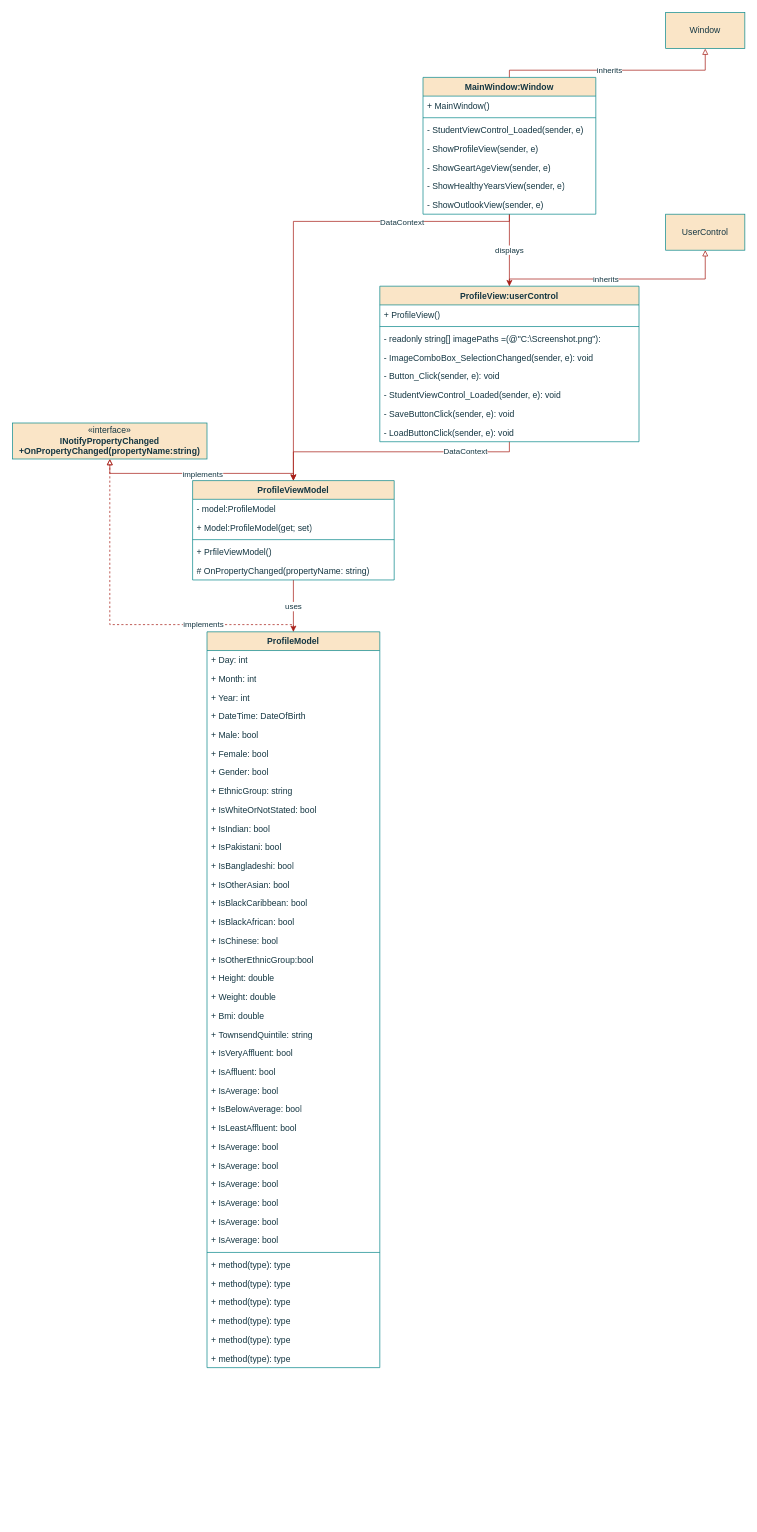
Before: Klassendiagramm.drawio in PythonPokemon/Draw.io, a draw.io diagram. Source tidied: cells renumbered, new cells numbered last; positions are measured from the earlier drawing's top-left corner, leaving out a move shared by most shapes. Both pictures are drawn from the tidied source at 72%, with x=0, y=0 at pixel (12, 12).
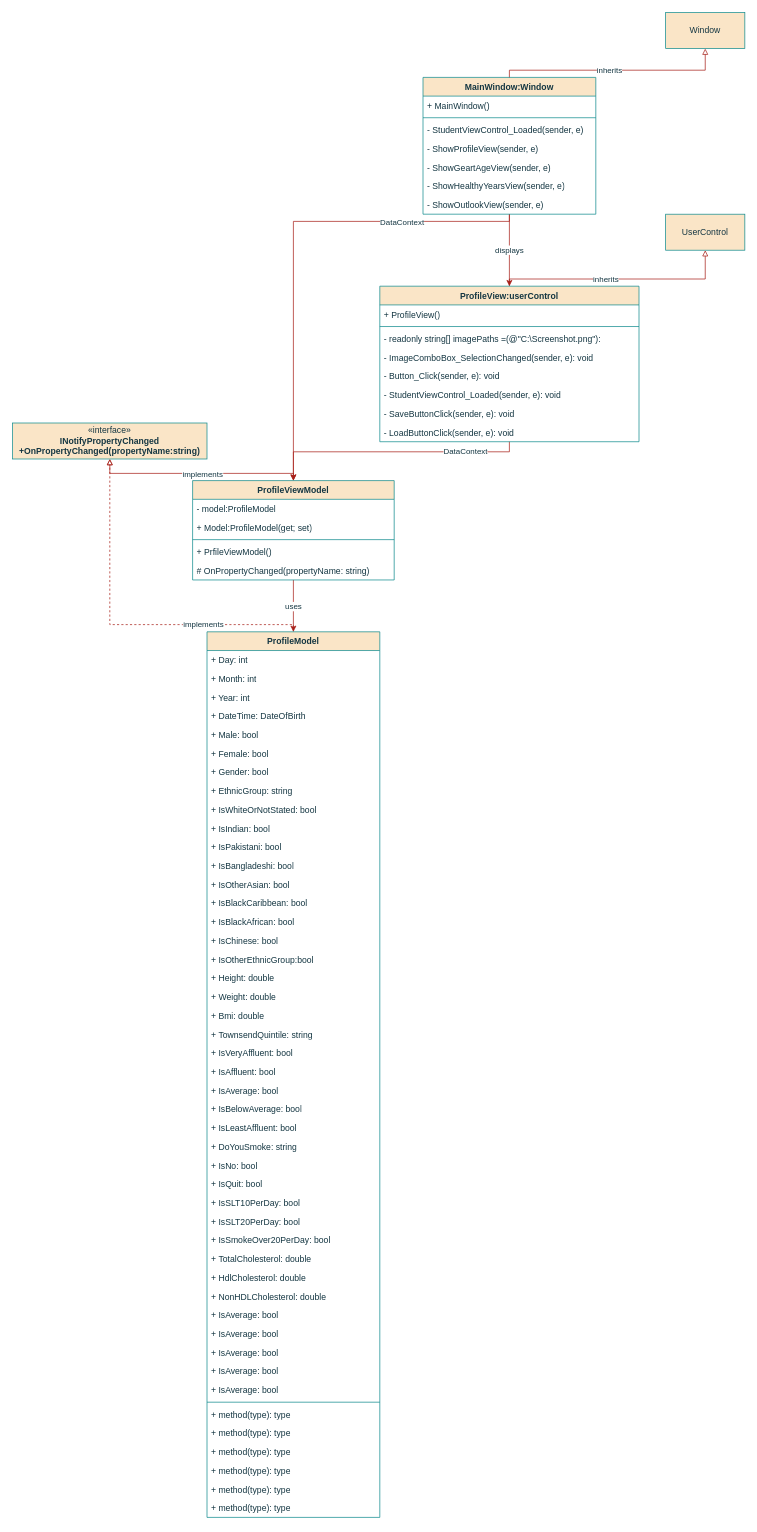
Above is the later version.

Diff of the diagram source:
```diff
@@
     <mxCell id="34" value="ProfileModel" style="swimlane;fontStyle=1;align=center;verticalAlign=top;horizontal=1;startSize=26;whiteSpace=wrap;html=1;labelBackgroundColor=none;fillColor=#FAE5C7;strokeColor=#0F8B8D;fontColor=#143642;" parent="1" vertex="1">
-      <mxGeometry x="270" y="860" width="240" height="1022" as="geometry" />
+      <mxGeometry x="270" y="860" width="240" height="1230" as="geometry" />
     </mxCell>
@@
-    <mxCell id="61" value="+ IsAverage: bool" style="text;strokeColor=none;fillColor=none;align=left;verticalAlign=top;spacingLeft=4;spacingRight=4;overflow=hidden;whiteSpace=wrap;html=1;labelBackgroundColor=none;fontColor=#143642;" parent="34" vertex="1">
+    <mxCell id="61" value="+&amp;nbsp;DoYouSmoke: string" style="text;strokeColor=none;fillColor=none;align=left;verticalAlign=top;spacingLeft=4;spacingRight=4;overflow=hidden;whiteSpace=wrap;html=1;labelBackgroundColor=none;fontColor=#143642;" parent="34" vertex="1">
       <mxGeometry y="702" width="240" height="26" as="geometry" />
     </mxCell>
-    <mxCell id="62" value="+ IsAverage: bool" style="text;strokeColor=none;fillColor=none;align=left;verticalAlign=top;spacingLeft=4;spacingRight=4;overflow=hidden;whiteSpace=wrap;html=1;labelBackgroundColor=none;fontColor=#143642;" parent="34" vertex="1">
+    <mxCell id="62" value="+&amp;nbsp;IsNo: bool" style="text;strokeColor=none;fillColor=none;align=left;verticalAlign=top;spacingLeft=4;spacingRight=4;overflow=hidden;whiteSpace=wrap;html=1;labelBackgroundColor=none;fontColor=#143642;" parent="34" vertex="1">
       <mxGeometry y="728" width="240" height="26" as="geometry" />
     </mxCell>
-    <mxCell id="63" value="+ IsAverage: bool" style="text;strokeColor=none;fillColor=none;align=left;verticalAlign=top;spacingLeft=4;spacingRight=4;overflow=hidden;whiteSpace=wrap;html=1;labelBackgroundColor=none;fontColor=#143642;" parent="34" vertex="1">
+    <mxCell id="63" value="+&amp;nbsp;IsQuit: bool" style="text;strokeColor=none;fillColor=none;align=left;verticalAlign=top;spacingLeft=4;spacingRight=4;overflow=hidden;whiteSpace=wrap;html=1;labelBackgroundColor=none;fontColor=#143642;" parent="34" vertex="1">
       <mxGeometry y="754" width="240" height="26" as="geometry" />
     </mxCell>
-    <mxCell id="64" value="+ IsAverage: bool" style="text;strokeColor=none;fillColor=none;align=left;verticalAlign=top;spacingLeft=4;spacingRight=4;overflow=hidden;whiteSpace=wrap;html=1;labelBackgroundColor=none;fontColor=#143642;" parent="34" vertex="1">
+    <mxCell id="64" value="+&amp;nbsp;IsSLT10PerDay: bool" style="text;strokeColor=none;fillColor=none;align=left;verticalAlign=top;spacingLeft=4;spacingRight=4;overflow=hidden;whiteSpace=wrap;html=1;labelBackgroundColor=none;fontColor=#143642;" parent="34" vertex="1">
       <mxGeometry y="780" width="240" height="26" as="geometry" />
     </mxCell>
-    <mxCell id="65" value="+ IsAverage: bool" style="text;strokeColor=none;fillColor=none;align=left;verticalAlign=top;spacingLeft=4;spacingRight=4;overflow=hidden;whiteSpace=wrap;html=1;labelBackgroundColor=none;fontColor=#143642;" parent="34" vertex="1">
+    <mxCell id="65" value="+&amp;nbsp;IsSLT20PerDay: bool" style="text;strokeColor=none;fillColor=none;align=left;verticalAlign=top;spacingLeft=4;spacingRight=4;overflow=hidden;whiteSpace=wrap;html=1;labelBackgroundColor=none;fontColor=#143642;" parent="34" vertex="1">
       <mxGeometry y="806" width="240" height="26" as="geometry" />
     </mxCell>
-    <mxCell id="66" value="+ IsAverage: bool" style="text;strokeColor=none;fillColor=none;align=left;verticalAlign=top;spacingLeft=4;spacingRight=4;overflow=hidden;whiteSpace=wrap;html=1;labelBackgroundColor=none;fontColor=#143642;" parent="34" vertex="1">
+    <mxCell id="66" value="+&amp;nbsp;IsSmokeOver20PerDay: bool" style="text;strokeColor=none;fillColor=none;align=left;verticalAlign=top;spacingLeft=4;spacingRight=4;overflow=hidden;whiteSpace=wrap;html=1;labelBackgroundColor=none;fontColor=#143642;" parent="34" vertex="1">
       <mxGeometry y="832" width="240" height="26" as="geometry" />
     </mxCell>
+    <mxCell id="85" value="+&amp;nbsp;TotalCholesterol: double" style="text;strokeColor=none;fillColor=none;align=left;verticalAlign=top;spacingLeft=4;spacingRight=4;overflow=hidden;whiteSpace=wrap;html=1;labelBackgroundColor=none;fontColor=#143642;" parent="34" vertex="1">
+      <mxGeometry y="858" width="240" height="26" as="geometry" />
+    </mxCell>
+    <mxCell id="86" value="+&amp;nbsp;HdlCholesterol: double" style="text;strokeColor=none;fillColor=none;align=left;verticalAlign=top;spacingLeft=4;spacingRight=4;overflow=hidden;whiteSpace=wrap;html=1;labelBackgroundColor=none;fontColor=#143642;" parent="34" vertex="1">
+      <mxGeometry y="884" width="240" height="26" as="geometry" />
+    </mxCell>
+    <mxCell id="87" value="+&amp;nbsp;NonHDLCholesterol: double" style="text;strokeColor=none;fillColor=none;align=left;verticalAlign=top;spacingLeft=4;spacingRight=4;overflow=hidden;whiteSpace=wrap;html=1;labelBackgroundColor=none;fontColor=#143642;" parent="34" vertex="1">
+      <mxGeometry y="910" width="240" height="26" as="geometry" />
+    </mxCell>
+    <mxCell id="88" value="+ IsAverage: bool" style="text;strokeColor=none;fillColor=none;align=left;verticalAlign=top;spacingLeft=4;spacingRight=4;overflow=hidden;whiteSpace=wrap;html=1;labelBackgroundColor=none;fontColor=#143642;" parent="34" vertex="1">
+      <mxGeometry y="936" width="240" height="26" as="geometry" />
+    </mxCell>
+    <mxCell id="89" value="+ IsAverage: bool" style="text;strokeColor=none;fillColor=none;align=left;verticalAlign=top;spacingLeft=4;spacingRight=4;overflow=hidden;whiteSpace=wrap;html=1;labelBackgroundColor=none;fontColor=#143642;" parent="34" vertex="1">
+      <mxGeometry y="962" width="240" height="26" as="geometry" />
+    </mxCell>
+    <mxCell id="90" value="+ IsAverage: bool" style="text;strokeColor=none;fillColor=none;align=left;verticalAlign=top;spacingLeft=4;spacingRight=4;overflow=hidden;whiteSpace=wrap;html=1;labelBackgroundColor=none;fontColor=#143642;" parent="34" vertex="1">
+      <mxGeometry y="988" width="240" height="26" as="geometry" />
+    </mxCell>
+    <mxCell id="91" value="+ IsAverage: bool" style="text;strokeColor=none;fillColor=none;align=left;verticalAlign=top;spacingLeft=4;spacingRight=4;overflow=hidden;whiteSpace=wrap;html=1;labelBackgroundColor=none;fontColor=#143642;" parent="34" vertex="1">
+      <mxGeometry y="1014" width="240" height="26" as="geometry" />
+    </mxCell>
+    <mxCell id="92" value="+ IsAverage: bool" style="text;strokeColor=none;fillColor=none;align=left;verticalAlign=top;spacingLeft=4;spacingRight=4;overflow=hidden;whiteSpace=wrap;html=1;labelBackgroundColor=none;fontColor=#143642;" parent="34" vertex="1">
+      <mxGeometry y="1040" width="240" height="26" as="geometry" />
+    </mxCell>
     <mxCell id="67" style="line;strokeWidth=1;fillColor=none;align=left;verticalAlign=middle;spacingTop=-1;spacingLeft=3;spacingRight=3;labelPosition=right;strokeColor=#0F8B8D;labelBackgroundColor=none;fontColor=#143642;" parent="34" vertex="1">
-      <mxGeometry y="858" width="240" height="8" as="geometry" />
+      <mxGeometry y="1066" width="240" height="8" as="geometry" />
     </mxCell>
     <mxCell id="68" value="+ method(type): type" style="text;strokeColor=none;fillColor=none;align=left;verticalAlign=top;spacingLeft=4;spacingRight=4;overflow=hidden;whiteSpace=wrap;html=1;labelBackgroundColor=none;fontColor=#143642;" parent="34" vertex="1">
-      <mxGeometry y="866" width="240" height="26" as="geometry" />
+      <mxGeometry y="1074" width="240" height="26" as="geometry" />
     </mxCell>
     <mxCell id="69" value="+ method(type): type" style="text;strokeColor=none;fillColor=none;align=left;verticalAlign=top;spacingLeft=4;spacingRight=4;overflow=hidden;whiteSpace=wrap;html=1;labelBackgroundColor=none;fontColor=#143642;" parent="34" vertex="1">
-      <mxGeometry y="892" width="240" height="26" as="geometry" />
+      <mxGeometry y="1100" width="240" height="26" as="geometry" />
     </mxCell>
     <mxCell id="70" value="+ method(type): type" style="text;strokeColor=none;fillColor=none;align=left;verticalAlign=top;spacingLeft=4;spacingRight=4;overflow=hidden;whiteSpace=wrap;html=1;labelBackgroundColor=none;fontColor=#143642;" parent="34" vertex="1">
-      <mxGeometry y="918" width="240" height="26" as="geometry" />
+      <mxGeometry y="1126" width="240" height="26" as="geometry" />
     </mxCell>
     <mxCell id="71" value="+ method(type): type" style="text;strokeColor=none;fillColor=none;align=left;verticalAlign=top;spacingLeft=4;spacingRight=4;overflow=hidden;whiteSpace=wrap;html=1;labelBackgroundColor=none;fontColor=#143642;" parent="34" vertex="1">
-      <mxGeometry y="944" width="240" height="26" as="geometry" />
+      <mxGeometry y="1152" width="240" height="26" as="geometry" />
     </mxCell>
     <mxCell id="72" value="+ method(type): type" style="text;strokeColor=none;fillColor=none;align=left;verticalAlign=top;spacingLeft=4;spacingRight=4;overflow=hidden;whiteSpace=wrap;html=1;labelBackgroundColor=none;fontColor=#143642;" parent="34" vertex="1">
-      <mxGeometry y="970" width="240" height="26" as="geometry" />
+      <mxGeometry y="1178" width="240" height="26" as="geometry" />
     </mxCell>
     <mxCell id="73" value="+ method(type): type" style="text;strokeColor=none;fillColor=none;align=left;verticalAlign=top;spacingLeft=4;spacingRight=4;overflow=hidden;whiteSpace=wrap;html=1;labelBackgroundColor=none;fontColor=#143642;" parent="34" vertex="1">
-      <mxGeometry y="996" width="240" height="26" as="geometry" />
+      <mxGeometry y="1204" width="240" height="26" as="geometry" />
     </mxCell>
```
